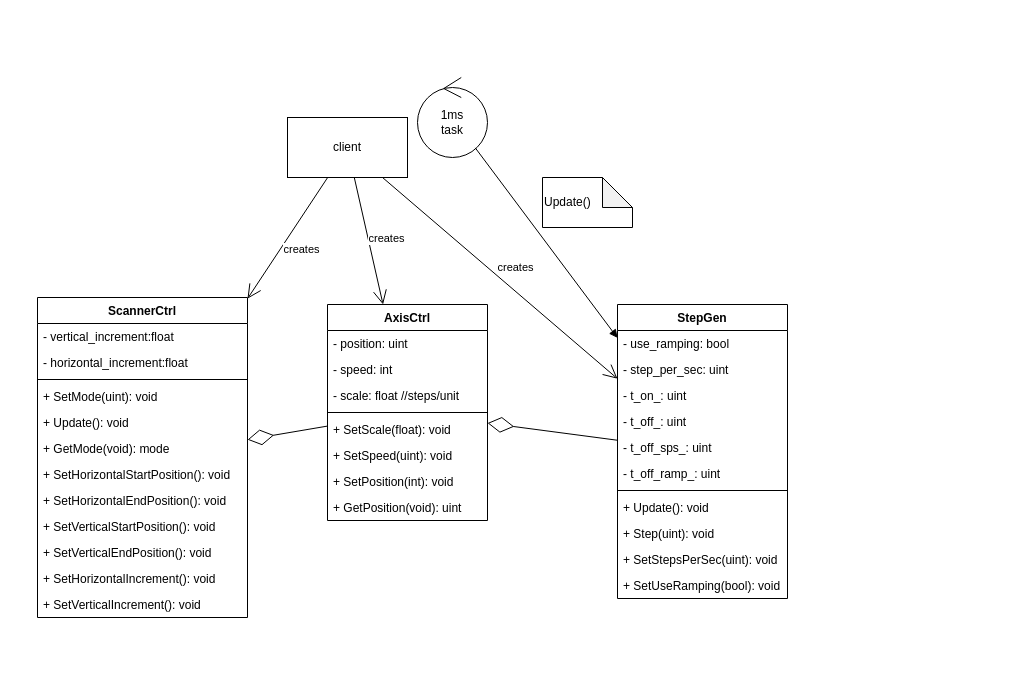
Before: page "Page-1" (1 of 3) of serialEventHdlr/scanner/doc/scanner.drawio in johanp1/HackDay, a draw.io diagram. Source tidied: cells renumbered, new cells numbered last; positions are measured from the earlier drawing's top-left corner, leaving out a move shared by most shapes. Both pictures are drawn from the tidied source at 100%, with x=0, y=0 at pixel (37, 77).
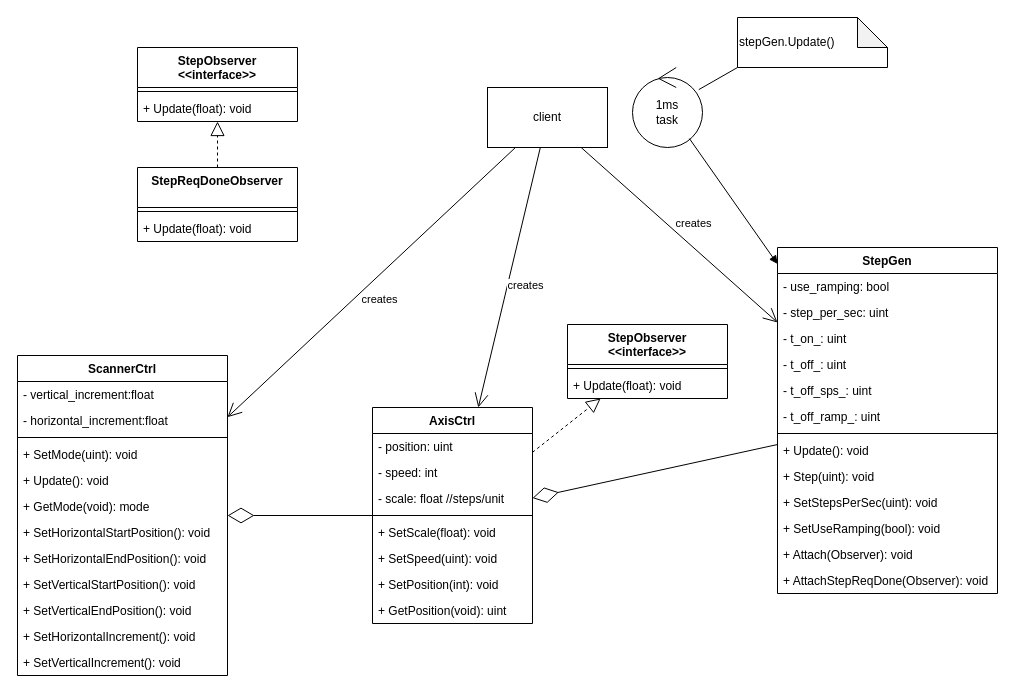
After the change.

Diff of the diagram source:
```diff
@@
     <mxCell id="2" value="AxisCtrl" style="swimlane;fontStyle=1;align=center;verticalAlign=top;horizontal=1;startSize=26;" parent="1" vertex="1">
-      <mxGeometry x="290" y="227" width="160" height="216" as="geometry" />
+      <mxGeometry x="335" y="330" width="160" height="216" as="geometry" />
     </mxCell>
@@
     <mxCell id="11" value="StepGen" style="swimlane;fontStyle=1;align=center;verticalAlign=top;horizontal=1;startSize=26;" parent="1" vertex="1">
-      <mxGeometry x="580" y="227" width="170" height="294" as="geometry" />
+      <mxGeometry x="740" y="170" width="220" height="346" as="geometry" />
     </mxCell>
     <mxCell id="12" value="- use_ramping: bool" style="text;strokeColor=none;fillColor=none;align=left;verticalAlign=top;spacingLeft=4;spacingRight=4;overflow=hidden;" parent="11" vertex="1">
-      <mxGeometry y="26" width="170" height="26" as="geometry" />
+      <mxGeometry y="26" width="220" height="26" as="geometry" />
     </mxCell>
     <mxCell id="13" value="- step_per_sec: uint" style="text;strokeColor=none;fillColor=none;align=left;verticalAlign=top;spacingLeft=4;spacingRight=4;overflow=hidden;" parent="11" vertex="1">
-      <mxGeometry y="52" width="170" height="26" as="geometry" />
+      <mxGeometry y="52" width="220" height="26" as="geometry" />
     </mxCell>
     <mxCell id="14" value="- t_on_: uint" style="text;strokeColor=none;fillColor=none;align=left;verticalAlign=top;spacingLeft=4;spacingRight=4;overflow=hidden;" parent="11" vertex="1">
-      <mxGeometry y="78" width="170" height="26" as="geometry" />
+      <mxGeometry y="78" width="220" height="26" as="geometry" />
     </mxCell>
     <mxCell id="15" value="- t_off_: uint" style="text;strokeColor=none;fillColor=none;align=left;verticalAlign=top;spacingLeft=4;spacingRight=4;overflow=hidden;" parent="11" vertex="1">
-      <mxGeometry y="104" width="170" height="26" as="geometry" />
+      <mxGeometry y="104" width="220" height="26" as="geometry" />
     </mxCell>
     <mxCell id="16" value="- t_off_sps_: uint" style="text;strokeColor=none;fillColor=none;align=left;verticalAlign=top;spacingLeft=4;spacingRight=4;overflow=hidden;" parent="11" vertex="1">
-      <mxGeometry y="130" width="170" height="26" as="geometry" />
+      <mxGeometry y="130" width="220" height="26" as="geometry" />
     </mxCell>
     <mxCell id="17" value="- t_off_ramp_: uint" style="text;strokeColor=none;fillColor=none;align=left;verticalAlign=top;spacingLeft=4;spacingRight=4;overflow=hidden;" parent="11" vertex="1">
-      <mxGeometry y="156" width="170" height="26" as="geometry" />
+      <mxGeometry y="156" width="220" height="26" as="geometry" />
     </mxCell>
     <mxCell id="18" style="line;strokeWidth=1;fillColor=none;align=left;verticalAlign=middle;spacingTop=-1;spacingLeft=3;spacingRight=3;labelPosition=right;" parent="11" vertex="1">
-      <mxGeometry y="182" width="170" height="8" as="geometry" />
+      <mxGeometry y="182" width="220" height="8" as="geometry" />
     </mxCell>
     <mxCell id="19" value="+ Update(): void" style="text;strokeColor=none;fillColor=none;align=left;verticalAlign=top;spacingLeft=4;spacingRight=4;overflow=hidden;" parent="11" vertex="1">
-      <mxGeometry y="190" width="170" height="26" as="geometry" />
+      <mxGeometry y="190" width="220" height="26" as="geometry" />
     </mxCell>
     <mxCell id="20" value="+ Step(uint): void" style="text;strokeColor=none;fillColor=none;align=left;verticalAlign=top;spacingLeft=4;spacingRight=4;overflow=hidden;" parent="11" vertex="1">
-      <mxGeometry y="216" width="170" height="26" as="geometry" />
+      <mxGeometry y="216" width="220" height="26" as="geometry" />
     </mxCell>
     <mxCell id="21" value="+ SetStepsPerSec(uint): void" style="text;strokeColor=none;fillColor=none;align=left;verticalAlign=top;spacingLeft=4;spacingRight=4;overflow=hidden;" parent="11" vertex="1">
-      <mxGeometry y="242" width="170" height="26" as="geometry" />
+      <mxGeometry y="242" width="220" height="26" as="geometry" />
     </mxCell>
+    <mxCell id="45" value="+ SetUseRamping(bool): void" style="text;strokeColor=none;fillColor=none;align=left;verticalAlign=top;spacingLeft=4;spacingRight=4;overflow=hidden;" parent="11" vertex="1">
+      <mxGeometry y="268" width="220" height="26" as="geometry" />
+    </mxCell>
-    <mxCell id="22" value="+ SetUseRamping(bool): void" style="text;strokeColor=none;fillColor=none;align=left;verticalAlign=top;spacingLeft=4;spacingRight=4;overflow=hidden;" parent="11" vertex="1">
-      <mxGeometry y="268" width="170" height="26" as="geometry" />
+    <mxCell id="22" value="+ Attach(Observer): void" style="text;strokeColor=none;fillColor=none;align=left;verticalAlign=top;spacingLeft=4;spacingRight=4;overflow=hidden;" parent="11" vertex="1">
+      <mxGeometry y="294" width="220" height="26" as="geometry" />
     </mxCell>
+    <mxCell id="46" value="+ AttachStepReqDone(Observer): void" style="text;strokeColor=none;fillColor=none;align=left;verticalAlign=top;spacingLeft=4;spacingRight=4;overflow=hidden;" parent="11" vertex="1">
+      <mxGeometry y="320" width="220" height="26" as="geometry" />
+    </mxCell>
@@
     <mxCell id="24" value="1ms&lt;br&gt;task" style="ellipse;shape=umlControl;whiteSpace=wrap;html=1;" parent="1" vertex="1">
-      <mxGeometry x="380" width="70" height="80" as="geometry" />
+      <mxGeometry x="595" y="-10" width="70" height="80" as="geometry" />
     </mxCell>
@@
-    <mxCell id="26" value="Update()" style="shape=note;whiteSpace=wrap;html=1;backgroundOutline=1;darkOpacity=0.05;align=left;" parent="1" vertex="1">
-      <mxGeometry x="505" y="100" width="90" height="50" as="geometry" />
+    <mxCell id="26" value="stepGen.Update()" style="shape=note;whiteSpace=wrap;html=1;backgroundOutline=1;darkOpacity=0.05;align=left;" parent="1" vertex="1">
+      <mxGeometry x="700" y="-60" width="150" height="50" as="geometry" />
     </mxCell>
     <mxCell id="27" value="ScannerCtrl" style="swimlane;fontStyle=1;align=center;verticalAlign=top;horizontal=1;startSize=26;" parent="1" vertex="1">
-      <mxGeometry y="220" width="210" height="320" as="geometry" />
+      <mxGeometry x="-20" y="278" width="210" height="320" as="geometry" />
     </mxCell>
@@
     <mxCell id="40" value="client" style="rounded=0;whiteSpace=wrap;html=1;" parent="1" vertex="1">
-      <mxGeometry x="250" y="40" width="120" height="60" as="geometry" />
+      <mxGeometry x="450" y="10" width="120" height="60" as="geometry" />
     </mxCell>
@@
+    <mxCell id="47" value="StepObserver&#10;&lt;&lt;interface&gt;&gt;" style="swimlane;fontStyle=1;align=center;verticalAlign=top;horizontal=1;startSize=40;" parent="1" vertex="1">
+      <mxGeometry x="100" y="-30" width="160" height="74" as="geometry" />
+    </mxCell>
+    <mxCell id="48" style="line;strokeWidth=1;fillColor=none;align=left;verticalAlign=middle;spacingTop=-1;spacingLeft=3;spacingRight=3;labelPosition=right;" parent="47" vertex="1">
+      <mxGeometry y="40" width="160" height="8" as="geometry" />
+    </mxCell>
+    <mxCell id="49" value="+ Update(float): void" style="text;strokeColor=none;fillColor=none;align=left;verticalAlign=top;spacingLeft=4;spacingRight=4;overflow=hidden;points=[[0,0.5],[1,0.5]];portConstraint=eastwest;" parent="47" vertex="1">
+      <mxGeometry y="48" width="160" height="26" as="geometry" />
+    </mxCell>
+    <mxCell id="50" style="endArrow=block;dashed=1;endFill=0;endSize=12;html=1;rounded=0;" parent="1" edge="1" source="2" target="52">
+      <mxGeometry relative="1" as="geometry" />
+    </mxCell>
+    <mxCell id="51" style="endArrow=none;html=1;rounded=0;entryX=0;entryY=1;entryDx=0;entryDy=0;entryPerimeter=0;" parent="1" edge="1" source="24" target="26">
+      <mxGeometry relative="1" as="geometry" />
+    </mxCell>
+    <mxCell id="52" value="StepObserver&#10;&lt;&lt;interface&gt;&gt;" style="swimlane;fontStyle=1;align=center;verticalAlign=top;horizontal=1;startSize=40;" parent="1" vertex="1">
+      <mxGeometry x="530" y="247" width="160" height="74" as="geometry" />
+    </mxCell>
+    <mxCell id="53" style="line;strokeWidth=1;fillColor=none;align=left;verticalAlign=middle;spacingTop=-1;spacingLeft=3;spacingRight=3;labelPosition=right;" parent="52" vertex="1">
+      <mxGeometry y="40" width="160" height="8" as="geometry" />
+    </mxCell>
+    <mxCell id="54" value="+ Update(float): void" style="text;strokeColor=none;fillColor=none;align=left;verticalAlign=top;spacingLeft=4;spacingRight=4;overflow=hidden;" parent="52" vertex="1">
+      <mxGeometry y="48" width="160" height="26" as="geometry" />
+    </mxCell>
+    <mxCell id="55" value="StepReqDoneObserver" style="swimlane;fontStyle=1;align=center;verticalAlign=top;horizontal=1;startSize=40;" parent="1" vertex="1">
+      <mxGeometry x="100" y="90" width="160" height="74" as="geometry" />
+    </mxCell>
+    <mxCell id="56" style="line;strokeWidth=1;fillColor=none;align=left;verticalAlign=middle;spacingTop=-1;spacingLeft=3;spacingRight=3;labelPosition=right;" parent="55" vertex="1">
+      <mxGeometry y="40" width="160" height="8" as="geometry" />
+    </mxCell>
+    <mxCell id="57" value="+ Update(float): void" style="text;strokeColor=none;fillColor=none;align=left;verticalAlign=top;spacingLeft=4;spacingRight=4;overflow=hidden;" parent="55" vertex="1">
+      <mxGeometry y="48" width="160" height="26" as="geometry" />
+    </mxCell>
+    <mxCell id="58" style="endArrow=block;dashed=1;endFill=0;endSize=12;html=1;rounded=0;exitX=0.5;exitY=0;exitDx=0;exitDy=0;" parent="1" edge="1" source="55" target="49">
+      <mxGeometry relative="1" as="geometry" />
+    </mxCell>
```
